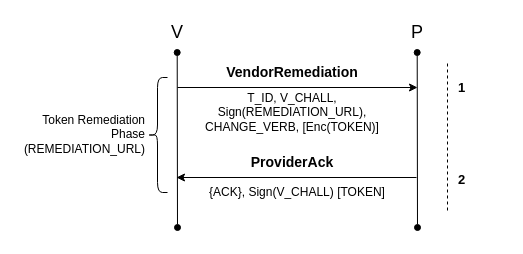
Before: page "vendor-remediation" (2 of 3) of protocol/protocol.drawio in dubniczky/Cardless-Transaction-Protocol, a draw.io diagram. Source tidied: cells renumbered, new cells numbered last; positions are measured from the earlier drawing's top-left corner, leaving out a move shared by most shapes. Both pictures are drawn from the tidied source at 100%, with x=0, y=0 at pixel (17, 17).
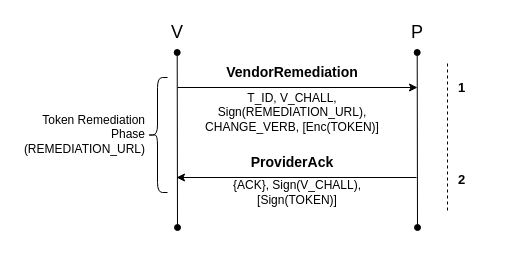
After the change.

Commit message:
Updated protocol drawings

The edit, as a diff of the source:
```diff
@@
-    <mxCell id="11" value="{ACK}, Sign(V_CHALL) [TOKEN]" style="text;html=1;strokeColor=none;fillColor=none;align=center;verticalAlign=middle;whiteSpace=wrap;rounded=0;fontSize=12;" parent="1" vertex="1">
+    <mxCell id="11" value="{ACK}, Sign(V_CHALL), [Sign(TOKEN)]" style="text;html=1;strokeColor=none;fillColor=none;align=center;verticalAlign=middle;whiteSpace=wrap;rounded=0;fontSize=12;" parent="1" vertex="1">
       <mxGeometry x="185" y="160" width="190" height="30" as="geometry" />
     </mxCell>
```
